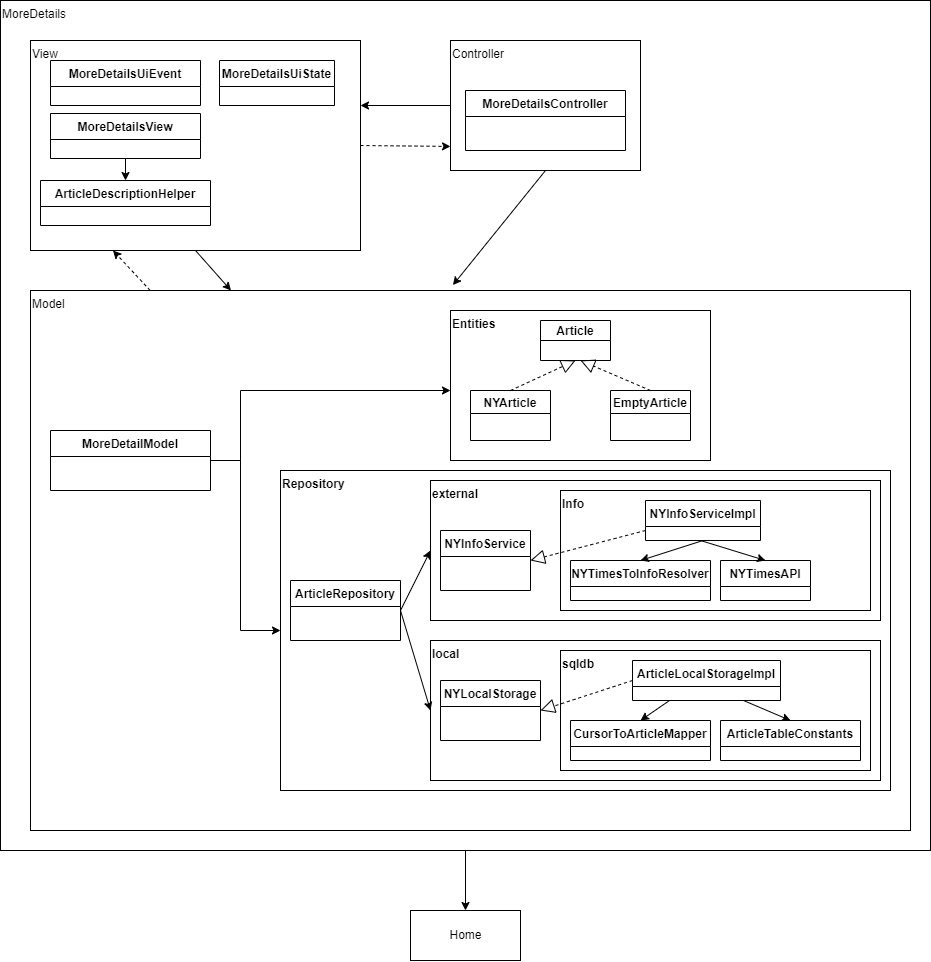
Earlier version of the draw.io export docs/MoreDetails_classes_diagram.png (elagarrigue/AyDS22-AK-NewYork1). Source tidied: cells renumbered, new cells last; positions are measured from the earlier drawing's top-left corner, leaving out a move shared by most shapes.
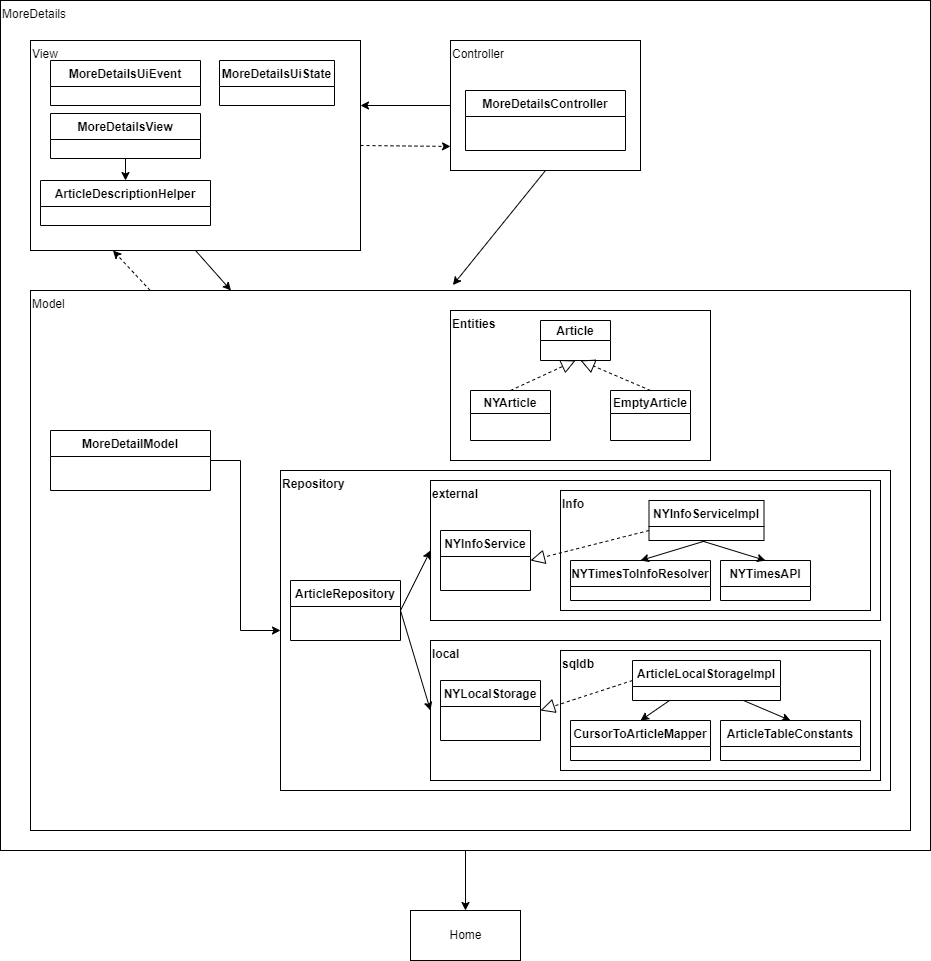
Later version of the same file.

Commit message:
Correccion UML

Se guarda en la carpeta de docs junto al diagrama de Home

What changed in the source:
```diff
@@ -31,15 +31,6 @@
     <mxCell id="10" value="MoreDetailModel" style="swimlane;fontStyle=1;align=center;verticalAlign=top;horizontal=1;startSize=26;" parent="1" vertex="1">
       <mxGeometry x="50" y="430" width="160" height="60" as="geometry" />
     </mxCell>
-    <mxCell id="11" style="endArrow=classic;endFill=1;html=1;rounded=0;exitX=1;exitY=0.5;exitDx=0;exitDy=0;" parent="1" edge="1" source="10">
-      <mxGeometry relative="1" as="geometry">
-        <mxPoint x="450" y="390" as="targetPoint" />
-        <Array as="points">
-          <mxPoint x="240" y="460" />
-          <mxPoint x="240" y="390" />
-        </Array>
-      </mxGeometry>
-    </mxCell>
     <mxCell id="12" value="Repository" style="rounded=0;whiteSpace=wrap;html=1;align=left;verticalAlign=top;fontStyle=1;" parent="1" vertex="1">
       <mxGeometry x="280" y="470" width="610" height="320" as="geometry" />
     </mxCell>
@@ -67,7 +58,7 @@
       <mxGeometry x="560" y="490" width="310" height="120" as="geometry" />
     </mxCell>
     <mxCell id="19" value="NYInfoServiceImpl" style="swimlane;fontStyle=1;align=center;verticalAlign=top;horizontal=1;startSize=26;" parent="1" vertex="1">
-      <mxGeometry x="645" y="500" width="115" height="40" as="geometry" />
+      <mxGeometry x="648.5" y="500" width="115" height="40" as="geometry" />
     </mxCell>
     <mxCell id="20" value="NYTimesToInfoResolver" style="swimlane;fontStyle=1;align=center;verticalAlign=top;horizontal=1;startSize=26;" parent="1" vertex="1">
       <mxGeometry x="570" y="560" width="140" height="40" as="geometry" />
```
